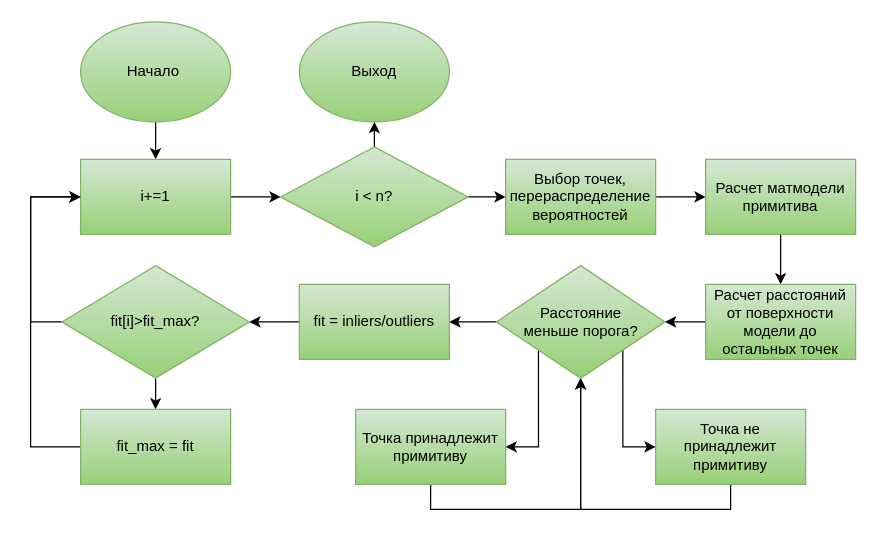
OPyshkin/genetic_algorithm_practice keeps this draw.io diagram as science/ransac.drawio. Above is the earlier version. Source tidied: cells renumbered, new cells numbered last; positions are measured from the earlier drawing's top-left corner, leaving out a move shared by most shapes. Both pictures are drawn from the tidied source at 125%, with x=0, y=0 at pixel (30, 21).
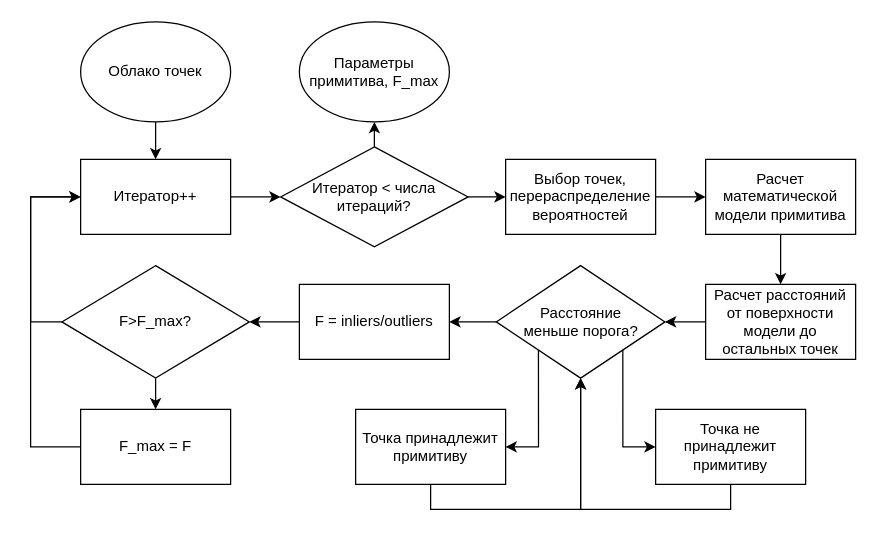
The same diagram, later.

The edit, as a diff of the source:
```diff
@@
-    <mxCell id="3" value="Начало&amp;nbsp;" style="ellipse;whiteSpace=wrap;html=1;gradientColor=#97d077;fillColor=#d5e8d4;strokeColor=#82b366;" parent="1" vertex="1">
+    <mxCell id="3" value="Облако точек" style="ellipse;whiteSpace=wrap;html=1;" parent="1" vertex="1">
       <mxGeometry x="40" width="120" height="80" as="geometry" />
     </mxCell>
@@
-    <mxCell id="5" value="Выбор точек, перераспределение вероятностей" style="rounded=0;whiteSpace=wrap;html=1;gradientColor=#97d077;fillColor=#d5e8d4;strokeColor=#82b366;" parent="1" vertex="1">
+    <mxCell id="5" value="Выбор точек, перераспределение вероятностей" style="rounded=0;whiteSpace=wrap;html=1;" parent="1" vertex="1">
       <mxGeometry x="380" y="110" width="120" height="60" as="geometry" />
     </mxCell>
@@
-    <mxCell id="7" value="Расчет матмодели примитива" style="rounded=0;whiteSpace=wrap;html=1;gradientColor=#97d077;fillColor=#d5e8d4;strokeColor=#82b366;" parent="1" vertex="1">
+    <mxCell id="7" value="Расчет математической модели примитива" style="rounded=0;whiteSpace=wrap;html=1;" parent="1" vertex="1">
       <mxGeometry x="540" y="110" width="120" height="60" as="geometry" />
     </mxCell>
@@
-    <mxCell id="9" value="Расчет расстояний от поверхности модели до остальных точек" style="rounded=0;whiteSpace=wrap;html=1;gradientColor=#97d077;fillColor=#d5e8d4;strokeColor=#82b366;" parent="1" vertex="1">
+    <mxCell id="9" value="Расчет расстояний от поверхности модели до остальных точек" style="rounded=0;whiteSpace=wrap;html=1;" parent="1" vertex="1">
       <mxGeometry x="540" y="210" width="120" height="60" as="geometry" />
     </mxCell>
@@
-    <mxCell id="13" value="Расстояние &lt;br&gt;меньше порога?" style="rhombus;whiteSpace=wrap;html=1;gradientColor=#97d077;fillColor=#d5e8d4;strokeColor=#82b366;" parent="1" vertex="1">
+    <mxCell id="13" value="Расстояние &lt;br&gt;меньше порога?" style="rhombus;whiteSpace=wrap;html=1;" parent="1" vertex="1">
       <mxGeometry x="372.5" y="195" width="135" height="90" as="geometry" />
     </mxCell>
@@
-    <mxCell id="15" value="Точка не принадлежит примитиву" style="rounded=0;whiteSpace=wrap;html=1;gradientColor=#97d077;fillColor=#d5e8d4;strokeColor=#82b366;" parent="1" vertex="1">
+    <mxCell id="15" value="Точка не принадлежит примитиву" style="rounded=0;whiteSpace=wrap;html=1;" parent="1" vertex="1">
       <mxGeometry x="500" y="310" width="120" height="60" as="geometry" />
     </mxCell>
@@
-    <mxCell id="17" value="Точка принадлежит примитиву" style="rounded=0;whiteSpace=wrap;html=1;gradientColor=#97d077;fillColor=#d5e8d4;strokeColor=#82b366;" parent="1" vertex="1">
+    <mxCell id="17" value="Точка принадлежит примитиву" style="rounded=0;whiteSpace=wrap;html=1;" parent="1" vertex="1">
       <mxGeometry x="260" y="310" width="120" height="60" as="geometry" />
     </mxCell>
@@
-    <mxCell id="19" value="fit = inliers/outliers" style="rounded=0;whiteSpace=wrap;html=1;gradientColor=#97d077;fillColor=#d5e8d4;strokeColor=#82b366;" parent="1" vertex="1">
+    <mxCell id="19" value="F = inliers/outliers" style="rounded=0;whiteSpace=wrap;html=1;" parent="1" vertex="1">
       <mxGeometry x="215" y="210" width="120" height="60" as="geometry" />
     </mxCell>
@@
-    <mxCell id="21" value="i+=1" style="rounded=0;whiteSpace=wrap;html=1;fillColor=#d5e8d4;gradientColor=#97d077;strokeColor=#82b366;" parent="1" vertex="1">
+    <mxCell id="21" value="Итератор++" style="rounded=0;whiteSpace=wrap;html=1;" parent="1" vertex="1">
       <mxGeometry x="40" y="110" width="120" height="60" as="geometry" />
     </mxCell>
@@
-    <mxCell id="24" value="fit[i]&amp;gt;fit_max?" style="rhombus;whiteSpace=wrap;html=1;fillColor=#d5e8d4;gradientColor=#97d077;strokeColor=#82b366;" parent="1" vertex="1">
+    <mxCell id="24" value="F&amp;gt;F_max?" style="rhombus;whiteSpace=wrap;html=1;" parent="1" vertex="1">
       <mxGeometry x="25" y="195" width="150" height="90" as="geometry" />
     </mxCell>
@@
-    <mxCell id="26" value="fit_max = fit" style="rounded=0;whiteSpace=wrap;html=1;fillColor=#d5e8d4;gradientColor=#97d077;strokeColor=#82b366;" parent="1" vertex="1">
+    <mxCell id="26" value="F_max = F" style="rounded=0;whiteSpace=wrap;html=1;" parent="1" vertex="1">
       <mxGeometry x="40" y="310" width="120" height="60" as="geometry" />
     </mxCell>
-    <mxCell id="27" value="Выход" style="ellipse;whiteSpace=wrap;html=1;fillColor=#d5e8d4;gradientColor=#97d077;strokeColor=#82b366;" parent="1" vertex="1">
+    <mxCell id="27" value="Параметры примитива, F_max" style="ellipse;whiteSpace=wrap;html=1;" parent="1" vertex="1">
       <mxGeometry x="215" width="120" height="80" as="geometry" />
     </mxCell>
@@
-    <mxCell id="30" value="i &amp;lt; n?" style="rhombus;whiteSpace=wrap;html=1;fillColor=#d5e8d4;gradientColor=#97d077;strokeColor=#82b366;" parent="1" vertex="1">
+    <mxCell id="30" value="Итератор &amp;lt; числа итераций?" style="rhombus;whiteSpace=wrap;html=1;" parent="1" vertex="1">
       <mxGeometry x="200" y="100" width="150" height="80" as="geometry" />
     </mxCell>
```
